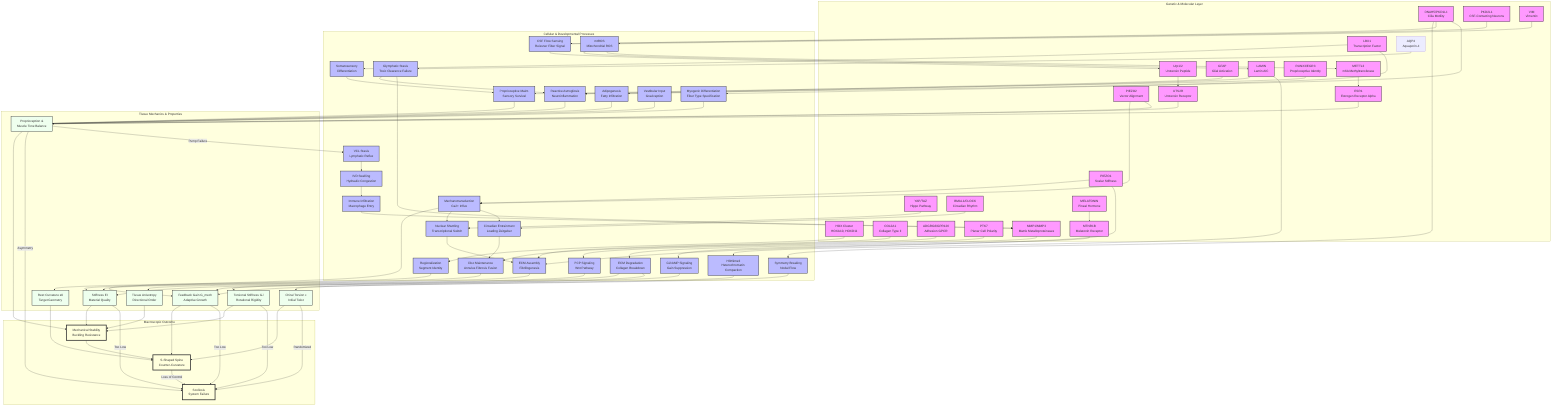
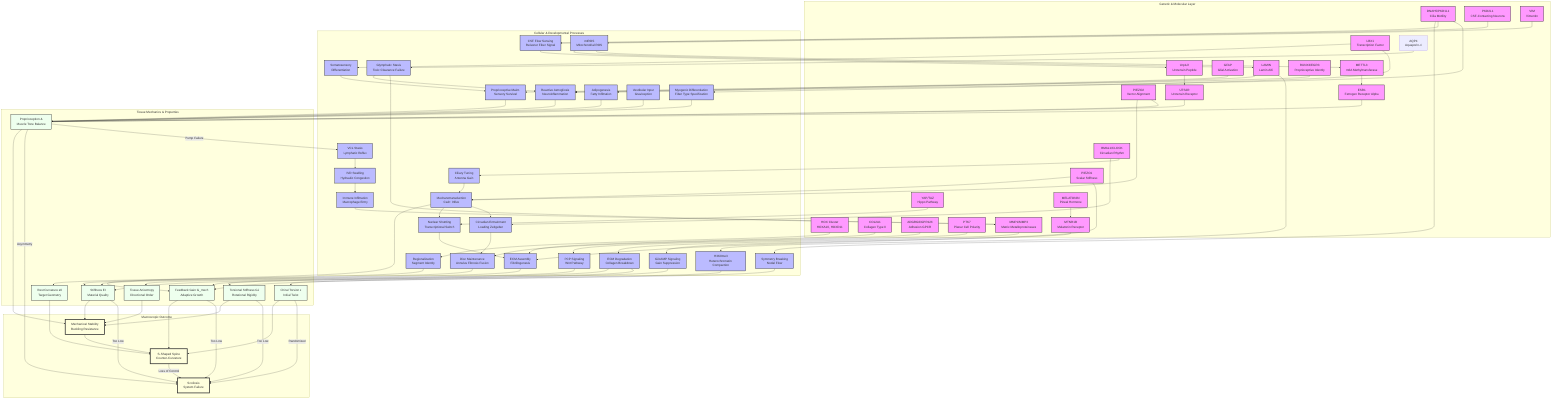
graph TD
    %% Subgraphs for Organization
    subgraph Genetics [Genetic & Molecular Layer]
        HOX[HOX Cluster<br/>HOXA10, HOXD11]
        COL[COL2A1<br/>Collagen Type II]
        PIEZO1[PIEZO1<br/>Scalar Stiffness]
        PIEZO2[PIEZO2<br/>Vector Alignment]
        CILIA[DNAH5/PKD1L1<br/>Cilia Motility]
        LBX1[LBX1<br/>Transcription Factor]
        ADGRG6[ADGRG6/GPR126<br/>Adhesion GPCR]
        PTK7[PTK7<br/>Planar Cell Polarity]
        YAP[YAP/TAZ<br/>Hippo Pathway]
        PKD2L1[PKD2L1<br/>CSF-Contacting Neurons]
        MMP[MMP1/MMP3<br/>Matrix Metalloproteinases]
        URP[Urp1/2<br/>Urotensin Peptide]
        UTS2R[UTS2R<br/>Urotensin Receptor]
        GFAP[GFAP<br/>Glial Activation]
        VIM[VIM<br/>Vimentin]
        LAMIN[LAMIN<br/>Lamin A/C]
        BMAL1[BMAL1/CLOCK<br/>Circadian Rhythm]
        RUNX3[RUNX3/EGR3<br/>Proprioceptive Identity]
        METTL3[METTL3<br/>m6A Methyltransferase]
        ESR1[ESR1<br/>Estrogen Receptor Alpha]
        AQP4[AQP4<br/>Aquaporin-4]
        MELATONIN[MELATONIN<br/>Pineal Hormone]
        MT2[MTNR1B<br/>Melatonin Receptor]
    end

    subgraph Processes [Cellular & Developmental Processes]
        Astrogliosis[Reactive Astrogliosis<br/>Neuroinflammation]
        Region[Regionalization<br/>Segment Identity]
        ECM_Assembly[ECM Assembly<br/>Fibrillogenesis]
        Nucl_Shuttle[Nuclear Shuttling<br/>Transcriptional Switch]
        Mech_Trans[Mechanotransduction<br/>Ca2+ Influx]
        Sym_Break[Symmetry Breaking<br/>Nodal Flow]
        CSF_Sensing[CSF Flow Sensing<br/>Reissner Fiber Signal]
        Neur_Diff[Somatosensory<br/>Differentiation]
        Muscle_Diff[Myogenic Differentiation<br/>Fiber Type Specification]
        Disc_Maint[Disc Maintenance<br/>Annulus Fibrosis Fusion]
        PCP_Sig[PCP Signaling<br/>Wnt Pathway]
        Degradation[ECM Degradation<br/>Collagen Breakdown]
        mtROS[mtROS<br/>Mitochondrial ROS]
        Adipogenesis[Adipogenesis<br/>Fatty Infiltration]
        Hydraulic_Congestion[IVD Swelling<br/>Hydraulic Congestion]
        Immune_Infilt[Immune Infiltration<br/>Macrophage Entry]
        Circadian_Entrain[Circadian Entrainment<br/>Loading Zeitgeber]
        Proprio_Maint[Proprioceptive Maint.<br/>Sensory Survival]
        H3K9me3[H3K9me3<br/>Heterochromatin Compaction]
        VCL_Stasis[VCL Stasis<br/>Lymphatic Reflux]
        Glymphatic_Stasis[Glymphatic Stasis<br/>Toxic Clearance Failure]
        Vestibular_Input[Vestibular Input<br/>Graviception]
        Gi_cAMP[Gi/cAMP Signaling<br/>Gain Suppression]
+         Ciliary_Tuning[Ciliary Tuning<br/>Antenna Gain]
    end

    subgraph Tissue [Tissue Mechanics & Properties]
        Rest_Kappa[Rest Curvature κ0<br/>Target Geometry]
        Stiffness[Stiffness EI<br/>Material Quality]
        Torsional_Stiffness[Torsional Stiffness GJ<br/>Rotational Rigidity]
        Gain[Feedback Gain G_mech<br/>Adaptive Growth]
        Torsion[Chiral Torsion ε<br/>Initial Twist]
        Muscle_Tone[Proprioception &<br/>Muscle Tone Balance]
        Anisotropy[Tissue Anisotropy<br/>Directional Order]
    end

    subgraph Outcome [Macroscopic Outcome]
        S_Curve[S-Shaped Spine<br/>Counter-Curvature]
        Stability[Mechanical Stability<br/>Buckling Resistance]
        Scoliosis[Scoliosis<br/>System Failure]
    end

    %% Connections
    HOX --> Region
    Region --> Rest_Kappa
    Rest_Kappa --> S_Curve

    COL --> ECM_Assembly
    ECM_Assembly --> Stiffness
    Stiffness --> Stability

    PIEZO1 --> Mech_Trans
    PIEZO2 --> Mech_Trans
    Mech_Trans --> Gain
    Gain --> S_Curve

    %% NEW ARC: Piezo Duality (Vector-Scalar Mismatch)
    PIEZO1 --> ECM_Assembly
    PIEZO2 --> Muscle_Tone

    CILIA --> Sym_Break
    Sym_Break --> Torsion
    Torsion --> S_Curve

    LBX1 --> Neur_Diff
    LBX1 --> Muscle_Diff
    Neur_Diff --> Proprio_Maint
    Proprio_Maint --> Muscle_Tone
    Muscle_Diff --> Muscle_Tone
    Muscle_Tone --> Stability

    %% NEW ARC: Proprioceptive Maintenance
    RUNX3 --> Proprio_Maint

    %% NEW ARC: ADGRG6
    ADGRG6 --> Disc_Maint
    Disc_Maint --> Stiffness

    %% NEW ARC: PTK7
    PTK7 --> PCP_Sig
    PCP_Sig --> Anisotropy
    Anisotropy --> Stability

    %% NEW ARC: YAP/TAZ
    YAP --> Nucl_Shuttle
    Nucl_Shuttle --> ECM_Assembly
    Mech_Trans --> Nucl_Shuttle

    %% NEW ARC: CSF/Reissner Fiber
    CILIA --> CSF_Sensing
    PKD2L1 --> CSF_Sensing
    CSF_Sensing --> URP
    URP --> UTS2R
    UTS2R --> Muscle_Tone

    %% NEW ARC: MMP Degradation
    MMP --> Degradation
    Degradation --> Stiffness

    %% NEW ARC: Neuro-Inflammatory Pathway
    CILIA --> Astrogliosis
    GFAP --> Astrogliosis
    Astrogliosis --> Muscle_Tone

    %% NEW ARC: Vimentin Metabolic Switch
    VIM --> mtROS
    mtROS --> LAMIN
    LAMIN --> Adipogenesis
    Adipogenesis --> Muscle_Tone

    %% NEW ARC: Inflamed Torsion
    Hydraulic_Congestion --> Immune_Infilt
    Immune_Infilt --> MMP
    Degradation --> Torsional_Stiffness
    Torsional_Stiffness --> Stability

    %% NEW ARC: Glymphatic Stasis
    AQP4 --> Glymphatic_Stasis
    Glymphatic_Stasis --> Astrogliosis

    %% NEW ARC: Glymphatic-MMP Axis (Chen et al., 2025)
    Glymphatic_Stasis --> MMP

    %% NEW ARC: Melatonin Gain Control
    MELATONIN --> MT2
    MT2 --> Gi_cAMP
    Gi_cAMP --> Gain

    %% NEW ARC: Vestibular Asymmetry
    Vestibular_Input --> Muscle_Tone

    %% Cross-Talk and Failures
    Stability --> S_Curve
    S_Curve -- "Loss of Control" --> Scoliosis
    Stiffness -- "Too Low" --> Scoliosis
    Torsional_Stiffness -- "Too Low" --> Scoliosis
    Gain -- "Too Low" --> Scoliosis
    Torsion -- "Randomized" --> Scoliosis
    Muscle_Tone -- "Asymmetry" --> Scoliosis

    %% Styling
    classDef gene fill:#f9f,stroke:#333,stroke-width:2px;
    classDef process fill:#bbf,stroke:#333,stroke-width:2px;
    classDef tissue fill:#efe,stroke:#333,stroke-width:2px;
    classDef outcome fill:#ffd,stroke:#333,stroke-width:4px;

    %% NEW ARC: Spinal Jetlag
    BMAL1 --> Circadian_Entrain
    Mech_Trans --> Circadian_Entrain
    Circadian_Entrain --> Disc_Maint

+     %% NEW ARC: Tunable Antenna (Miyoshi et al., 2024)
+     BMAL1 --> Ciliary_Tuning
+     Ciliary_Tuning --> Mech_Trans
+ 
    %% NEW ARC: Epigenetic Asymmetry
    mtROS --> METTL3
    METTL3 --> ESR1
    ESR1 --> Muscle_Tone

    %% NEW ARC: Nuclear Stiffness (Scalar Senescence)
    LAMIN --> H3K9me3
    H3K9me3 --> Gain

    %% NEW ARC: Lymphatic Drainage Pathway (VCL)
    Muscle_Tone -- "Pump Failure" --> VCL_Stasis
    VCL_Stasis --> Hydraulic_Congestion

    class HOX,COL,PIEZO1,PIEZO2,CILIA,LBX1,ADGRG6,PTK7,YAP,PKD2L1,MMP,URP,UTS2R,GFAP,VIM,LAMIN,BMAL1,RUNX3,METTL3,ESR1,MELATONIN,MT2 gene;
-     class Region,ECM_Assembly,Mech_Trans,Sym_Break,Neur_Diff,Muscle_Diff,Disc_Maint,PCP_Sig,Nucl_Shuttle,CSF_Sensing,Degradation,Astrogliosis,mtROS,Adipogenesis,Hydraulic_Congestion,Immune_Infilt,Circadian_Entrain,Proprio_Maint,H3K9me3,VCL_Stasis,Glymphatic_Stasis,Vestibular_Input,Gi_cAMP process;
+     class Region,ECM_Assembly,Mech_Trans,Sym_Break,Neur_Diff,Muscle_Diff,Disc_Maint,PCP_Sig,Nucl_Shuttle,CSF_Sensing,Degradation,Astrogliosis,mtROS,Adipogenesis,Hydraulic_Congestion,Immune_Infilt,Circadian_Entrain,Proprio_Maint,H3K9me3,VCL_Stasis,Glymphatic_Stasis,Vestibular_Input,Gi_cAMP,Ciliary_Tuning process;
    class Rest_Kappa,Stiffness,Torsional_Stiffness,Gain,Torsion,Muscle_Tone,Anisotropy tissue;
    class S_Curve,Stability,Scoliosis outcome;
